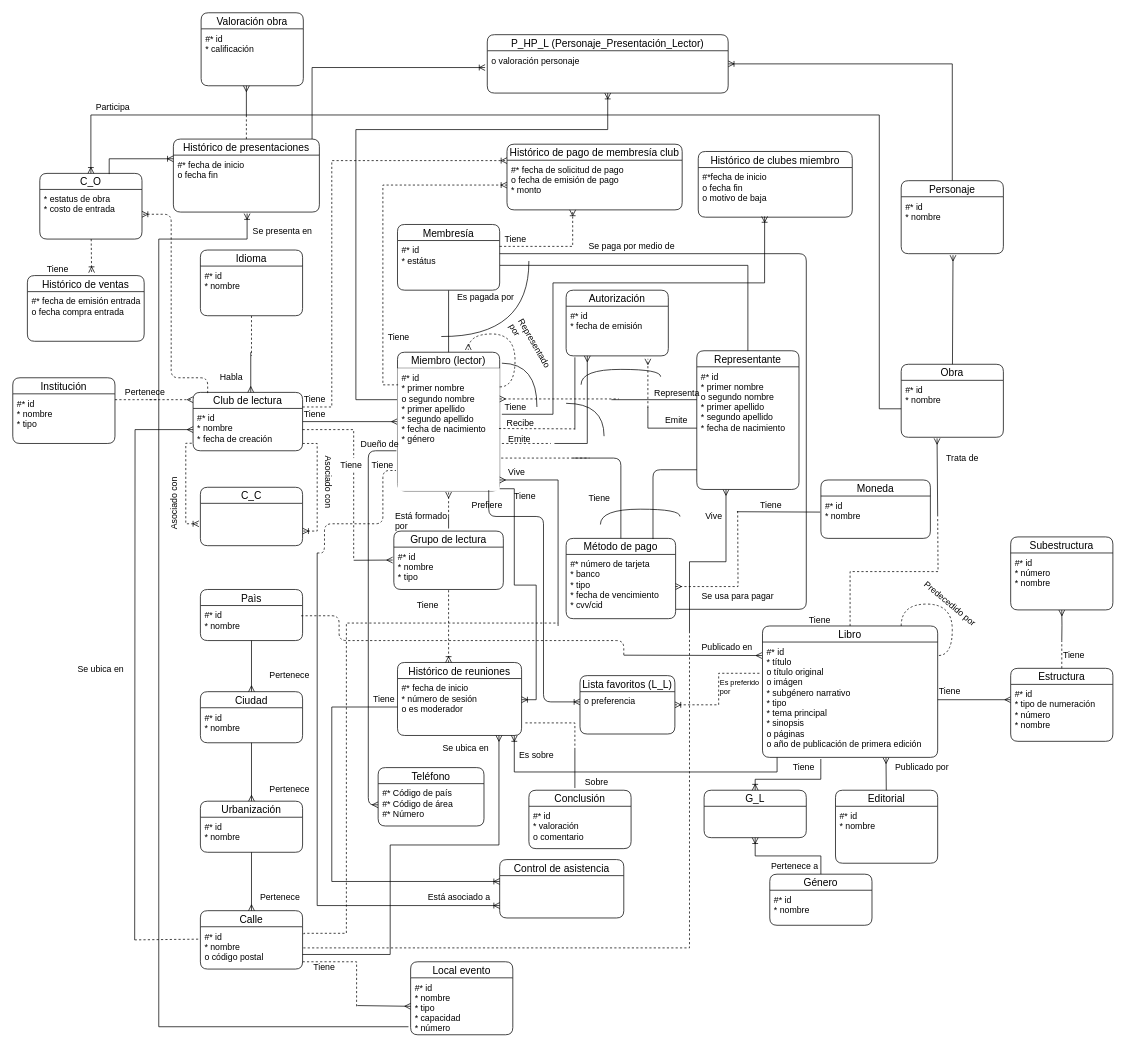
NeutronBlast/IS-Ex keeps this draw.io diagram as DB I/Hopefully this will be the last ER.drawio. Above is the earlier version. Source tidied: cells renumbered, new cells numbered last; positions are measured from the earlier drawing's top-left corner, leaving out a move shared by most shapes. Both pictures are drawn from the tidied source at 73%, with x=0, y=0 at pixel (12, 12).
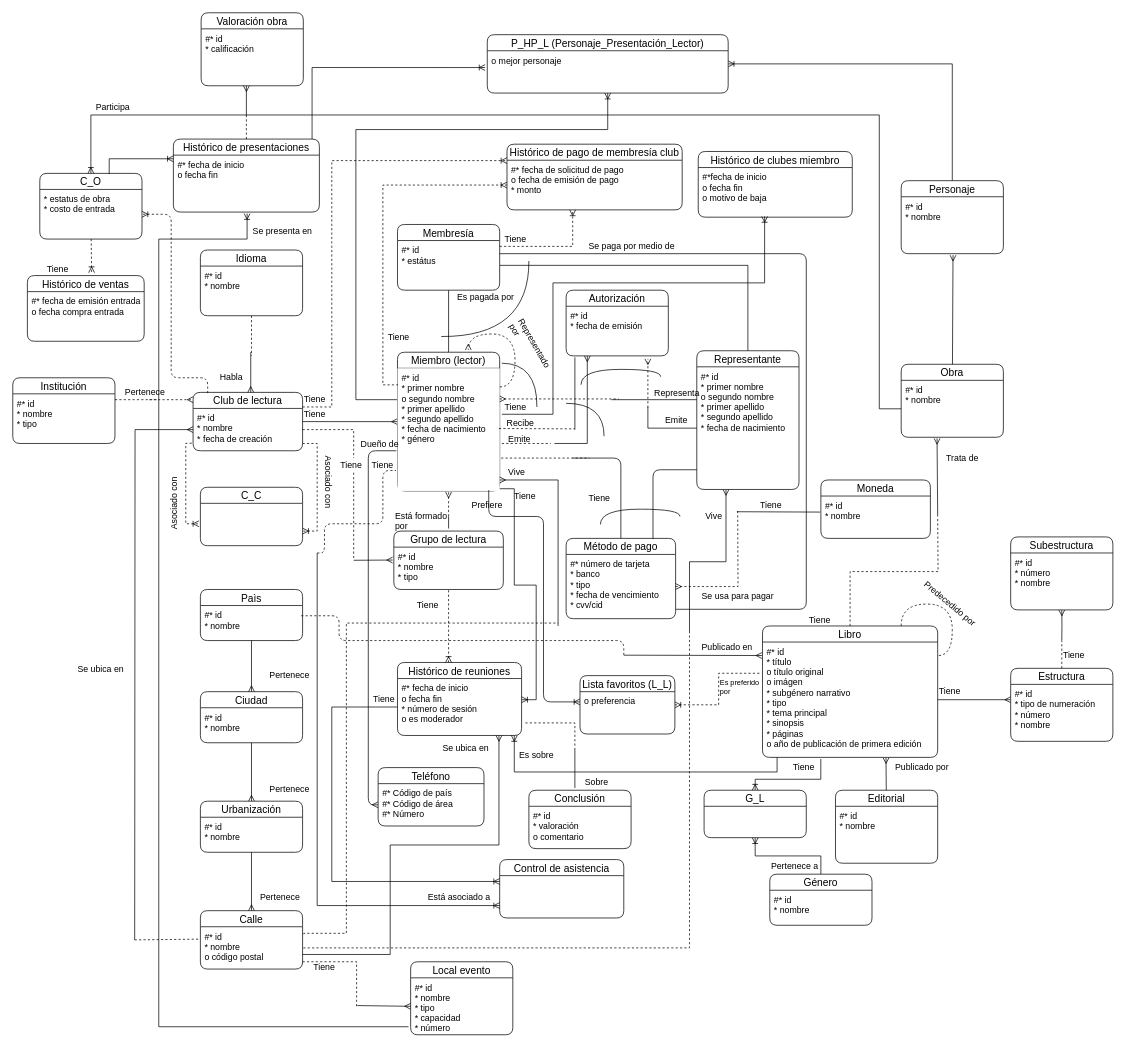
The same diagram, later.

The change refers to these unchanged cells:
```xml
<mxCell id="84" value="Histórico de reuniones" style="swimlane;fontStyle=0;horizontal=1;startSize=22;fillColor=none;swimlaneFillColor=#ffffff;align=center;fontSize=14;rounded=1;" parent="1" vertex="1">
  <mxGeometry x="527" y="890" width="170" height="100" as="geometry" />
</mxCell>
<mxCell id="96" value="Libro" style="swimlane;fontStyle=0;horizontal=1;startSize=22;fillColor=none;swimlaneFillColor=#ffffff;align=center;fontSize=14;rounded=1;" parent="1" vertex="1">
  <mxGeometry x="1027" y="840" width="240" height="180" as="geometry" />
</mxCell>
<mxCell id="184" value="P_HP_L (Personaje_Presentación_Lector)" style="swimlane;fontStyle=0;horizontal=1;startSize=22;fillColor=none;swimlaneFillColor=#ffffff;align=center;fontSize=14;rounded=1;" parent="1" vertex="1">
  <mxGeometry x="650" y="30" width="330" height="80" as="geometry" />
</mxCell>
```

Change to the diagram source:
```diff
@@
-    <mxCell id="85" value="#* fecha de inicio&#10;* número de sesión&#10;o es moderador&#10;" style="text;strokeColor=none;fillColor=none;spacingLeft=4;spacingRight=4;overflow=hidden;points=[[0,0.5],[1,0.5]];portConstraint=eastwest;fontSize=12;" parent="84" vertex="1">
+    <mxCell id="85" value="#* fecha de inicio&#10;o fecha fin&#10;* número de sesión&#10;o es moderador&#10;" style="text;strokeColor=none;fillColor=none;spacingLeft=4;spacingRight=4;overflow=hidden;points=[[0,0.5],[1,0.5]];portConstraint=eastwest;fontSize=12;" parent="84" vertex="1">
       <mxGeometry y="22" width="170" height="78" as="geometry" />
     </mxCell>
@@
-    <mxCell id="98" value="#* id&#10;* título&#10;o título original&#10;o imágen&#10;* subgénero narrativo&#10;* tipo&#10;* tema principal&#10;* sinopsis&#10;o páginas&#10;o año de publicación de primera edición&#10;" style="text;strokeColor=none;fillColor=none;spacingLeft=4;spacingRight=4;overflow=hidden;points=[[0,0.5],[1,0.5]];portConstraint=eastwest;fontSize=12;" parent="96" vertex="1">
+    <mxCell id="98" value="#* id&#10;* título&#10;o título original&#10;o imágen&#10;* subgénero narrativo&#10;* tipo&#10;* tema principal&#10;* sinopsis&#10;* páginas&#10;o año de publicación de primera edición&#10;" style="text;strokeColor=none;fillColor=none;spacingLeft=4;spacingRight=4;overflow=hidden;points=[[0,0.5],[1,0.5]];portConstraint=eastwest;fontSize=12;" parent="96" vertex="1">
       <mxGeometry y="22" width="240" height="158" as="geometry" />
     </mxCell>
@@
-    <mxCell id="185" value="o valoración personaje" style="text;strokeColor=none;fillColor=none;spacingLeft=4;spacingRight=4;overflow=hidden;points=[[0,0.5],[1,0.5]];portConstraint=eastwest;fontSize=12;" parent="184" vertex="1">
+    <mxCell id="185" value="o mejor personaje" style="text;strokeColor=none;fillColor=none;spacingLeft=4;spacingRight=4;overflow=hidden;points=[[0,0.5],[1,0.5]];portConstraint=eastwest;fontSize=12;" parent="184" vertex="1">
       <mxGeometry y="22" width="330" height="58" as="geometry" />
     </mxCell>
```
